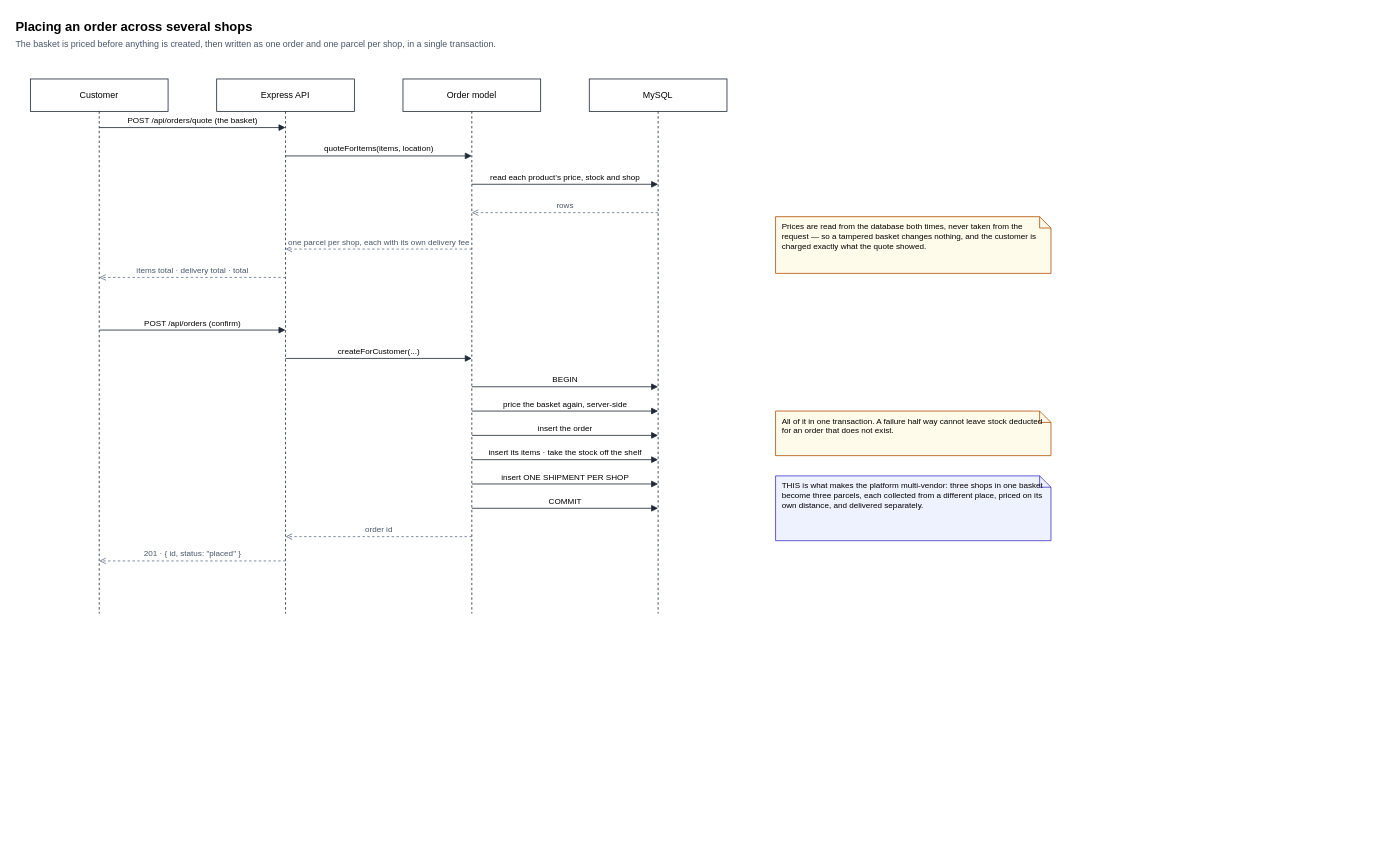
This is docs/diagrams/05-sequence-order.drawio from Suzi-Kazonga/Zam-glam, a draw.io file, before an edit. Source tidied: cells renumbered, new cells numbered last; positions are measured from the earlier drawing's top-left corner, leaving out a move shared by most shapes. Both pictures are drawn from the tidied source at 81%, with x=0, y=0 at pixel (14, 14).
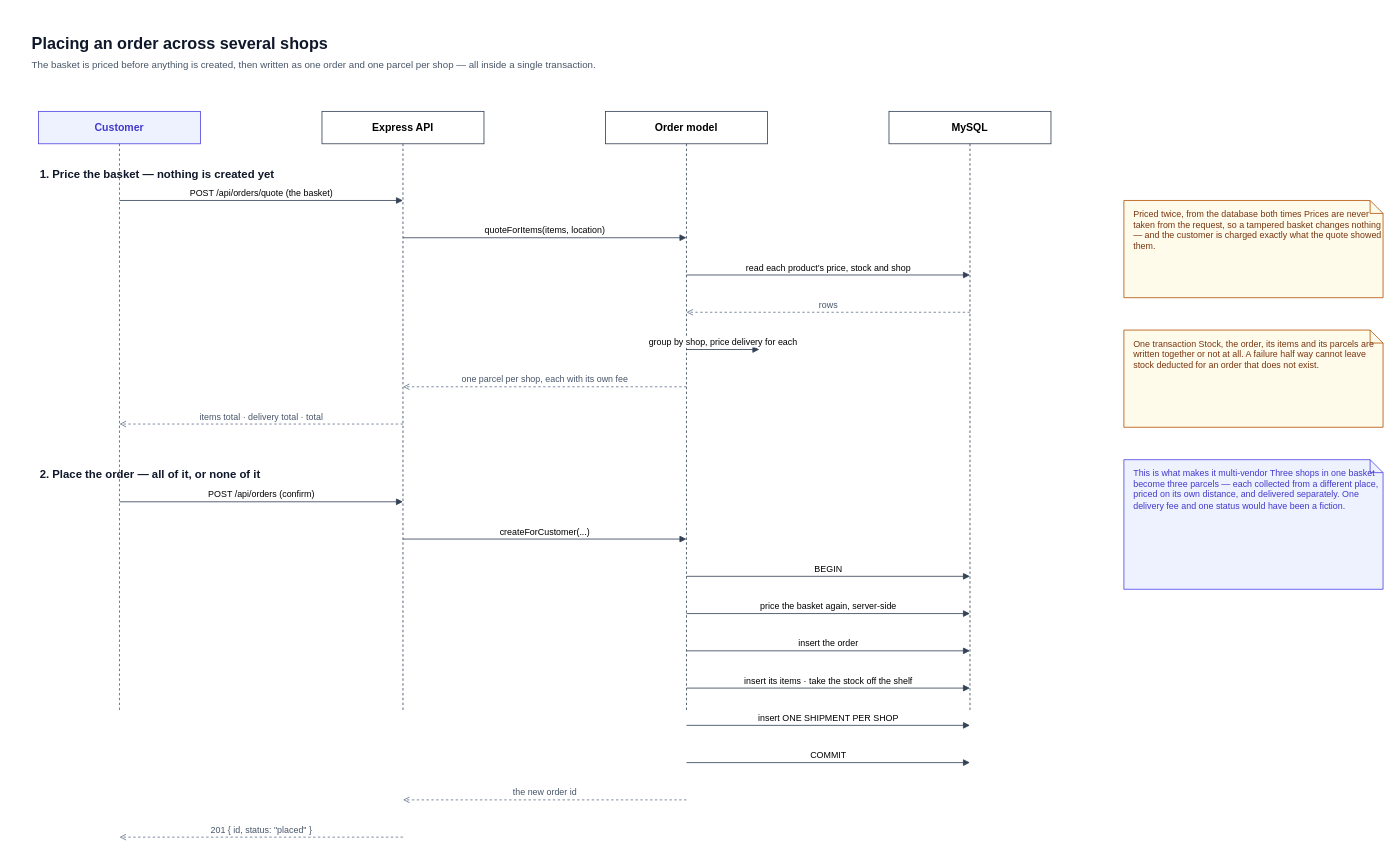
The same page after the edit.

The edit, as a diff of the source:
```diff
@@
-    <mxCell id="2" value="Placing an order across several shops" style="text;html=1;strokeColor=none;fillColor=none;align=left;verticalAlign=middle;fontSize=16;fontStyle=1;" parent="1" vertex="1">
-      <mxGeometry width="700" height="30" as="geometry" />
+    <mxCell id="2" value="Placing an order across several shops" style="text;html=1;strokeColor=none;fillColor=none;align=left;verticalAlign=middle;fontSize=20;fontStyle=1;fontColor=#0f172a;" parent="1" vertex="1">
+      <mxGeometry x="20" y="20" width="1200" height="32" as="geometry" />
     </mxCell>
-    <mxCell id="3" value="The basket is priced before anything is created, then written as one order and one parcel per shop, in a single transaction." style="text;html=1;strokeColor=none;fillColor=none;align=left;verticalAlign=top;fontSize=11;fontColor=#475569;" parent="1" vertex="1">
-      <mxGeometry y="24" width="1000" height="20" as="geometry" />
-    </mxCell>
+    <mxCell id="27" value="The basket is priced before anything is created, then written as one order and one parcel per shop — all inside a single transaction." style="text;html=1;strokeColor=none;fillColor=none;align=left;verticalAlign=middle;fontSize=12;fontColor=#475569;" parent="1" vertex="1">
+      <mxGeometry x="20" y="54" width="1200" height="18" as="geometry" />
+    </mxCell>
-    <mxCell id="4" value="Customer" style="shape=umlLifeline;perimeter=lifelinePerimeter;whiteSpace=wrap;html=1;fillColor=#ffffff;strokeColor=#1f2937;fontSize=11;" parent="1" vertex="1">
-      <mxGeometry x="20" y="80" width="170" height="660" as="geometry" />
+    <mxCell id="4" value="Customer" style="shape=umlLifeline;perimeter=lifelinePerimeter;whiteSpace=wrap;html=1;fillColor=#eef2ff;strokeColor=#4f46e5;fontColor=#4338ca;fontSize=13;fontStyle=1;" parent="1" vertex="1">
+      <mxGeometry x="30" y="120" width="200" height="740" as="geometry" />
     </mxCell>
-    <mxCell id="5" value="Express API" style="shape=umlLifeline;perimeter=lifelinePerimeter;whiteSpace=wrap;html=1;fillColor=#ffffff;strokeColor=#1f2937;fontSize=11;" parent="1" vertex="1">
-      <mxGeometry x="250" y="80" width="170" height="660" as="geometry" />
+    <mxCell id="5" value="Express API" style="shape=umlLifeline;perimeter=lifelinePerimeter;whiteSpace=wrap;html=1;fillColor=#ffffff;strokeColor=#334155;fontSize=13;fontStyle=1;" parent="1" vertex="1">
+      <mxGeometry x="380" y="120" width="200" height="740" as="geometry" />
     </mxCell>
-    <mxCell id="6" value="Order model" style="shape=umlLifeline;perimeter=lifelinePerimeter;whiteSpace=wrap;html=1;fillColor=#ffffff;strokeColor=#1f2937;fontSize=11;" parent="1" vertex="1">
-      <mxGeometry x="480" y="80" width="170" height="660" as="geometry" />
+    <mxCell id="6" value="Order model" style="shape=umlLifeline;perimeter=lifelinePerimeter;whiteSpace=wrap;html=1;fillColor=#ffffff;strokeColor=#334155;fontSize=13;fontStyle=1;" parent="1" vertex="1">
+      <mxGeometry x="730" y="120" width="200" height="740" as="geometry" />
     </mxCell>
-    <mxCell id="7" value="MySQL" style="shape=umlLifeline;perimeter=lifelinePerimeter;whiteSpace=wrap;html=1;fillColor=#ffffff;strokeColor=#1f2937;fontSize=11;" parent="1" vertex="1">
-      <mxGeometry x="710" y="80" width="170" height="660" as="geometry" />
+    <mxCell id="7" value="MySQL" style="shape=umlLifeline;perimeter=lifelinePerimeter;whiteSpace=wrap;html=1;fillColor=#ffffff;strokeColor=#334155;fontSize=13;fontStyle=1;" parent="1" vertex="1">
+      <mxGeometry x="1080" y="120" width="200" height="740" as="geometry" />
     </mxCell>
+    <mxCell id="28" value="1.  Price the basket — nothing is created yet" style="text;html=1;strokeColor=none;fillColor=none;align=left;verticalAlign=middle;fontSize=14;fontStyle=1;fontColor=#0f172a;" parent="1" vertex="1">
+      <mxGeometry x="30" y="186" width="420" height="24" as="geometry" />
+    </mxCell>
-    <mxCell id="8" value="POST /api/orders/quote  (the basket)" style="html=1;endArrow=block;endFill=1;strokeColor=#1f2937;fontSize=10;verticalAlign=bottom;align=center;" parent="1" edge="1">
+    <mxCell id="8" value="POST /api/orders/quote   (the basket)" style="html=1;endArrow=block;endFill=1;strokeColor=#334155;fontSize=11;verticalAlign=bottom;align=center;labelBackgroundColor=#ffffff;" parent="1" edge="1">
       <mxGeometry relative="1" as="geometry">
-        <mxPoint x="105" y="140" as="sourcePoint" />
-        <mxPoint x="335" y="140" as="targetPoint" />
+        <mxPoint x="130" y="230" as="sourcePoint" />
+        <mxPoint x="480" y="230" as="targetPoint" />
       </mxGeometry>
     </mxCell>
-    <mxCell id="9" value="quoteForItems(items, location)" style="html=1;endArrow=block;endFill=1;strokeColor=#1f2937;fontSize=10;verticalAlign=bottom;align=center;" parent="1" edge="1">
+    <mxCell id="9" value="quoteForItems(items, location)" style="html=1;endArrow=block;endFill=1;strokeColor=#334155;fontSize=11;verticalAlign=bottom;align=center;labelBackgroundColor=#ffffff;" parent="1" edge="1">
       <mxGeometry relative="1" as="geometry">
-        <mxPoint x="335" y="175" as="sourcePoint" />
-        <mxPoint x="565" y="175" as="targetPoint" />
+        <mxPoint x="480" y="276" as="sourcePoint" />
+        <mxPoint x="830" y="276" as="targetPoint" />
       </mxGeometry>
     </mxCell>
-    <mxCell id="10" value="read each product’s price, stock and shop" style="html=1;endArrow=block;endFill=1;strokeColor=#1f2937;fontSize=10;verticalAlign=bottom;align=center;" parent="1" edge="1">
+    <mxCell id="10" value="read each product’s price, stock and shop" style="html=1;endArrow=block;endFill=1;strokeColor=#334155;fontSize=11;verticalAlign=bottom;align=center;labelBackgroundColor=#ffffff;" parent="1" edge="1">
       <mxGeometry relative="1" as="geometry">
-        <mxPoint x="565" y="210" as="sourcePoint" />
-        <mxPoint x="795" y="210" as="targetPoint" />
+        <mxPoint x="830" y="322" as="sourcePoint" />
+        <mxPoint x="1180" y="322" as="targetPoint" />
       </mxGeometry>
     </mxCell>
-    <mxCell id="11" value="rows" style="html=1;endArrow=open;endFill=0;dashed=1;strokeColor=#64748b;fontSize=10;verticalAlign=bottom;align=center;fontColor=#475569;" parent="1" edge="1">
+    <mxCell id="11" value="rows" style="html=1;endArrow=open;endFill=0;dashed=1;strokeColor=#64748b;fontSize=11;verticalAlign=bottom;align=center;fontColor=#475569;labelBackgroundColor=#ffffff;" parent="1" edge="1">
       <mxGeometry relative="1" as="geometry">
-        <mxPoint x="795" y="245" as="sourcePoint" />
-        <mxPoint x="565" y="245" as="targetPoint" />
+        <mxPoint x="1180" y="368" as="sourcePoint" />
+        <mxPoint x="830" y="368" as="targetPoint" />
       </mxGeometry>
     </mxCell>
-    <mxCell id="12" value="one parcel per shop, each with its own delivery fee" style="html=1;endArrow=open;endFill=0;dashed=1;strokeColor=#64748b;fontSize=10;verticalAlign=bottom;align=center;fontColor=#475569;" parent="1" edge="1">
-      <mxGeometry relative="1" as="geometry">
-        <mxPoint x="565" y="290" as="sourcePoint" />
-        <mxPoint x="335" y="290" as="targetPoint" />
-      </mxGeometry>
-    </mxCell>
+    <mxCell id="29" value="group by shop, price delivery for each" style="html=1;endArrow=block;endFill=1;strokeColor=#334155;fontSize=11;verticalAlign=bottom;align=center;labelBackgroundColor=#ffffff;" parent="1" edge="1">
+      <mxGeometry relative="1" as="geometry">
+        <mxPoint x="830" y="414" as="sourcePoint" />
+        <mxPoint x="920" y="414" as="targetPoint" />
+      </mxGeometry>
+    </mxCell>
+    <mxCell id="30" value="one parcel per shop, each with its own fee" style="html=1;endArrow=open;endFill=0;dashed=1;strokeColor=#64748b;fontSize=11;verticalAlign=bottom;align=center;fontColor=#475569;labelBackgroundColor=#ffffff;" parent="1" edge="1">
+      <mxGeometry relative="1" as="geometry">
+        <mxPoint x="830" y="460" as="sourcePoint" />
+        <mxPoint x="480" y="460" as="targetPoint" />
+      </mxGeometry>
+    </mxCell>
-    <mxCell id="13" value="items total · delivery total · total" style="html=1;endArrow=open;endFill=0;dashed=1;strokeColor=#64748b;fontSize=10;verticalAlign=bottom;align=center;fontColor=#475569;" parent="1" edge="1">
+    <mxCell id="13" value="items total  ·  delivery total  ·  total" style="html=1;endArrow=open;endFill=0;dashed=1;strokeColor=#64748b;fontSize=11;verticalAlign=bottom;align=center;fontColor=#475569;labelBackgroundColor=#ffffff;" parent="1" edge="1">
       <mxGeometry relative="1" as="geometry">
-        <mxPoint x="335" y="325" as="sourcePoint" />
-        <mxPoint x="105" y="325" as="targetPoint" />
+        <mxPoint x="480" y="506" as="sourcePoint" />
+        <mxPoint x="130" y="506" as="targetPoint" />
       </mxGeometry>
     </mxCell>
+    <mxCell id="31" value="2.  Place the order — all of it, or none of it" style="text;html=1;strokeColor=none;fillColor=none;align=left;verticalAlign=middle;fontSize=14;fontStyle=1;fontColor=#0f172a;" parent="1" vertex="1">
+      <mxGeometry x="30" y="556" width="420" height="24" as="geometry" />
+    </mxCell>
-    <mxCell id="14" value="POST /api/orders  (confirm)" style="html=1;endArrow=block;endFill=1;strokeColor=#1f2937;fontSize=10;verticalAlign=bottom;align=center;" parent="1" edge="1">
+    <mxCell id="14" value="POST /api/orders   (confirm)" style="html=1;endArrow=block;endFill=1;strokeColor=#334155;fontSize=11;verticalAlign=bottom;align=center;labelBackgroundColor=#ffffff;" parent="1" edge="1">
       <mxGeometry relative="1" as="geometry">
-        <mxPoint x="105" y="390" as="sourcePoint" />
-        <mxPoint x="335" y="390" as="targetPoint" />
+        <mxPoint x="130" y="602" as="sourcePoint" />
+        <mxPoint x="480" y="602" as="targetPoint" />
       </mxGeometry>
     </mxCell>
-    <mxCell id="15" value="createForCustomer(...)" style="html=1;endArrow=block;endFill=1;strokeColor=#1f2937;fontSize=10;verticalAlign=bottom;align=center;" parent="1" edge="1">
+    <mxCell id="15" value="createForCustomer(...)" style="html=1;endArrow=block;endFill=1;strokeColor=#334155;fontSize=11;verticalAlign=bottom;align=center;labelBackgroundColor=#ffffff;" parent="1" edge="1">
       <mxGeometry relative="1" as="geometry">
-        <mxPoint x="335" y="425" as="sourcePoint" />
-        <mxPoint x="565" y="425" as="targetPoint" />
+        <mxPoint x="480" y="648" as="sourcePoint" />
+        <mxPoint x="830" y="648" as="targetPoint" />
       </mxGeometry>
     </mxCell>
-    <mxCell id="16" value="BEGIN" style="html=1;endArrow=block;endFill=1;strokeColor=#1f2937;fontSize=10;verticalAlign=bottom;align=center;" parent="1" edge="1">
+    <mxCell id="16" value="BEGIN" style="html=1;endArrow=block;endFill=1;strokeColor=#334155;fontSize=11;verticalAlign=bottom;align=center;labelBackgroundColor=#ffffff;" parent="1" edge="1">
       <mxGeometry relative="1" as="geometry">
-        <mxPoint x="565" y="460" as="sourcePoint" />
-        <mxPoint x="795" y="460" as="targetPoint" />
+        <mxPoint x="830" y="694" as="sourcePoint" />
+        <mxPoint x="1180" y="694" as="targetPoint" />
       </mxGeometry>
     </mxCell>
-    <mxCell id="17" value="price the basket again, server-side" style="html=1;endArrow=block;endFill=1;strokeColor=#1f2937;fontSize=10;verticalAlign=bottom;align=center;" parent="1" edge="1">
+    <mxCell id="17" value="price the basket again, server-side" style="html=1;endArrow=block;endFill=1;strokeColor=#334155;fontSize=11;verticalAlign=bottom;align=center;labelBackgroundColor=#ffffff;" parent="1" edge="1">
       <mxGeometry relative="1" as="geometry">
-        <mxPoint x="565" y="490" as="sourcePoint" />
-        <mxPoint x="795" y="490" as="targetPoint" />
+        <mxPoint x="830" y="740" as="sourcePoint" />
+        <mxPoint x="1180" y="740" as="targetPoint" />
       </mxGeometry>
     </mxCell>
-    <mxCell id="18" value="insert the order" style="html=1;endArrow=block;endFill=1;strokeColor=#1f2937;fontSize=10;verticalAlign=bottom;align=center;" parent="1" edge="1">
+    <mxCell id="18" value="insert the order" style="html=1;endArrow=block;endFill=1;strokeColor=#334155;fontSize=11;verticalAlign=bottom;align=center;labelBackgroundColor=#ffffff;" parent="1" edge="1">
       <mxGeometry relative="1" as="geometry">
-        <mxPoint x="565" y="520" as="sourcePoint" />
-        <mxPoint x="795" y="520" as="targetPoint" />
+        <mxPoint x="830" y="786" as="sourcePoint" />
+        <mxPoint x="1180" y="786" as="targetPoint" />
       </mxGeometry>
     </mxCell>
-    <mxCell id="19" value="insert its items  ·  take the stock off the shelf" style="html=1;endArrow=block;endFill=1;strokeColor=#1f2937;fontSize=10;verticalAlign=bottom;align=center;" parent="1" edge="1">
+    <mxCell id="19" value="insert its items  ·  take the stock off the shelf" style="html=1;endArrow=block;endFill=1;strokeColor=#334155;fontSize=11;verticalAlign=bottom;align=center;labelBackgroundColor=#ffffff;" parent="1" edge="1">
       <mxGeometry relative="1" as="geometry">
-        <mxPoint x="565" y="550" as="sourcePoint" />
-        <mxPoint x="795" y="550" as="targetPoint" />
+        <mxPoint x="830" y="832" as="sourcePoint" />
+        <mxPoint x="1180" y="832" as="targetPoint" />
       </mxGeometry>
     </mxCell>
-    <mxCell id="20" value="insert ONE SHIPMENT PER SHOP" style="html=1;endArrow=block;endFill=1;strokeColor=#1f2937;fontSize=10;verticalAlign=bottom;align=center;" parent="1" edge="1">
+    <mxCell id="20" value="insert ONE SHIPMENT PER SHOP" style="html=1;endArrow=block;endFill=1;strokeColor=#334155;fontSize=11;verticalAlign=bottom;align=center;labelBackgroundColor=#ffffff;" parent="1" edge="1">
       <mxGeometry relative="1" as="geometry">
-        <mxPoint x="565" y="580" as="sourcePoint" />
-        <mxPoint x="795" y="580" as="targetPoint" />
+        <mxPoint x="830" y="878" as="sourcePoint" />
+        <mxPoint x="1180" y="878" as="targetPoint" />
       </mxGeometry>
     </mxCell>
-    <mxCell id="21" value="COMMIT" style="html=1;endArrow=block;endFill=1;strokeColor=#1f2937;fontSize=10;verticalAlign=bottom;align=center;" parent="1" edge="1">
+    <mxCell id="21" value="COMMIT" style="html=1;endArrow=block;endFill=1;strokeColor=#334155;fontSize=11;verticalAlign=bottom;align=center;labelBackgroundColor=#ffffff;" parent="1" edge="1">
       <mxGeometry relative="1" as="geometry">
-        <mxPoint x="565" y="610" as="sourcePoint" />
-        <mxPoint x="795" y="610" as="targetPoint" />
+        <mxPoint x="830" y="924" as="sourcePoint" />
+        <mxPoint x="1180" y="924" as="targetPoint" />
       </mxGeometry>
     </mxCell>
-    <mxCell id="22" value="order id" style="html=1;endArrow=open;endFill=0;dashed=1;strokeColor=#64748b;fontSize=10;verticalAlign=bottom;align=center;fontColor=#475569;" parent="1" edge="1">
-      <mxGeometry relative="1" as="geometry">
-        <mxPoint x="565" y="645" as="sourcePoint" />
-        <mxPoint x="335" y="645" as="targetPoint" />
-      </mxGeometry>
-    </mxCell>
-    <mxCell id="23" value="201  ·  { id, status: &quot;placed&quot; }" style="html=1;endArrow=open;endFill=0;dashed=1;strokeColor=#64748b;fontSize=10;verticalAlign=bottom;align=center;fontColor=#475569;" parent="1" edge="1">
-      <mxGeometry relative="1" as="geometry">
-        <mxPoint x="335" y="675" as="sourcePoint" />
-        <mxPoint x="105" y="675" as="targetPoint" />
-      </mxGeometry>
-    </mxCell>
-    <mxCell id="24" value="Prices are read from the database both times, never taken from the request — so a tampered basket changes nothing, and the customer is charged exactly what the quote showed." style="shape=note;whiteSpace=wrap;html=1;size=14;fillColor=#fffbeb;strokeColor=#b45309;align=left;spacingLeft=6;fontSize=10;verticalAlign=top;" parent="1" vertex="1">
-      <mxGeometry x="940" y="250" width="340" height="70" as="geometry" />
-    </mxCell>
-    <mxCell id="25" value="All of it in one transaction. A failure half way cannot leave stock deducted for an order that does not exist." style="shape=note;whiteSpace=wrap;html=1;size=14;fillColor=#fffbeb;strokeColor=#b45309;align=left;spacingLeft=6;fontSize=10;verticalAlign=top;" parent="1" vertex="1">
-      <mxGeometry x="940" y="490" width="340" height="55" as="geometry" />
-    </mxCell>
-    <mxCell id="26" value="THIS is what makes the platform multi-vendor: three shops in one basket become three parcels, each collected from a different place, priced on its own distance, and delivered separately." style="shape=note;whiteSpace=wrap;html=1;size=14;fillColor=#fffbeb;strokeColor=#b45309;align=left;spacingLeft=6;fontSize=10;verticalAlign=top;fillColor=#eef2ff;strokeColor=#4338ca;" parent="1" vertex="1">
-      <mxGeometry x="940" y="570" width="340" height="80" as="geometry" />
-    </mxCell>
+    <mxCell id="32" value="the new order id" style="html=1;endArrow=open;endFill=0;dashed=1;strokeColor=#64748b;fontSize=11;verticalAlign=bottom;align=center;fontColor=#475569;labelBackgroundColor=#ffffff;" parent="1" edge="1">
+      <mxGeometry relative="1" as="geometry">
+        <mxPoint x="830" y="970" as="sourcePoint" />
+        <mxPoint x="480" y="970" as="targetPoint" />
+      </mxGeometry>
+    </mxCell>
+    <mxCell id="33" value="201   { id, status: &quot;placed&quot; }" style="html=1;endArrow=open;endFill=0;dashed=1;strokeColor=#64748b;fontSize=11;verticalAlign=bottom;align=center;fontColor=#475569;labelBackgroundColor=#ffffff;" parent="1" edge="1">
+      <mxGeometry relative="1" as="geometry">
+        <mxPoint x="480" y="1016" as="sourcePoint" />
+        <mxPoint x="130" y="1016" as="targetPoint" />
+      </mxGeometry>
+    </mxCell>
+    <mxCell id="34" value="Priced twice, from the database both times  Prices are never taken from the request, so a tampered basket changes nothing — and the customer is charged exactly what the quote showed them." style="shape=note;whiteSpace=wrap;html=1;size=16;fillColor=#fffbeb;strokeColor=#b45309;align=left;spacingLeft=10;spacingTop=4;fontSize=11;verticalAlign=top;fontColor=#78350f;" parent="1" vertex="1">
+      <mxGeometry x="1370" y="230" width="320" height="120" as="geometry" />
+    </mxCell>
+    <mxCell id="35" value="One transaction  Stock, the order, its items and its parcels are written together or not at all. A failure half way cannot leave stock deducted for an order that does not exist." style="shape=note;whiteSpace=wrap;html=1;size=16;fillColor=#fffbeb;strokeColor=#b45309;align=left;spacingLeft=10;spacingTop=4;fontSize=11;verticalAlign=top;fontColor=#78350f;" parent="1" vertex="1">
+      <mxGeometry x="1370" y="390" width="320" height="120" as="geometry" />
+    </mxCell>
+    <mxCell id="36" value="This is what makes it multi-vendor  Three shops in one basket become three parcels — each collected from a different place, priced on its own distance, and delivered separately.  One delivery fee and one status would have been a fiction." style="shape=note;whiteSpace=wrap;html=1;size=16;fillColor=#eef2ff;strokeColor=#4f46e5;align=left;spacingLeft=10;spacingTop=4;fontSize=11;verticalAlign=top;fontColor=#4338ca;" parent="1" vertex="1">
+      <mxGeometry x="1370" y="550" width="320" height="160" as="geometry" />
+    </mxCell>
```
